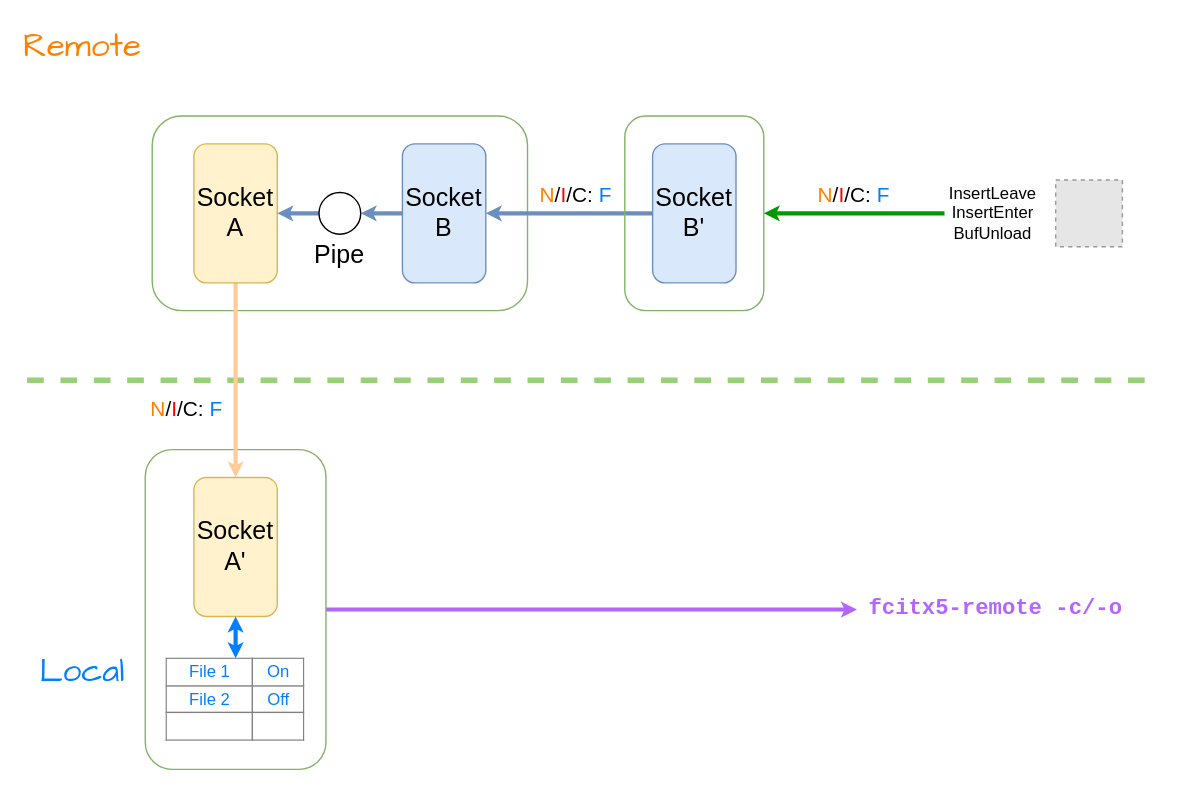
This is remote-fcitx-vim/pipeline-of-remote-fcitx-vim.drawio from zdy023/z-nixtools, a draw.io file, before an edit. Source tidied: cells renumbered, new cells numbered last; positions are measured from the earlier drawing's top-left corner, leaving out a move shared by most shapes. Both pictures are drawn from the tidied source at 139%, with x=0, y=0 at pixel (26, 32). Pictures stored in the file or linked from it are replaced by grey dashed boxes.
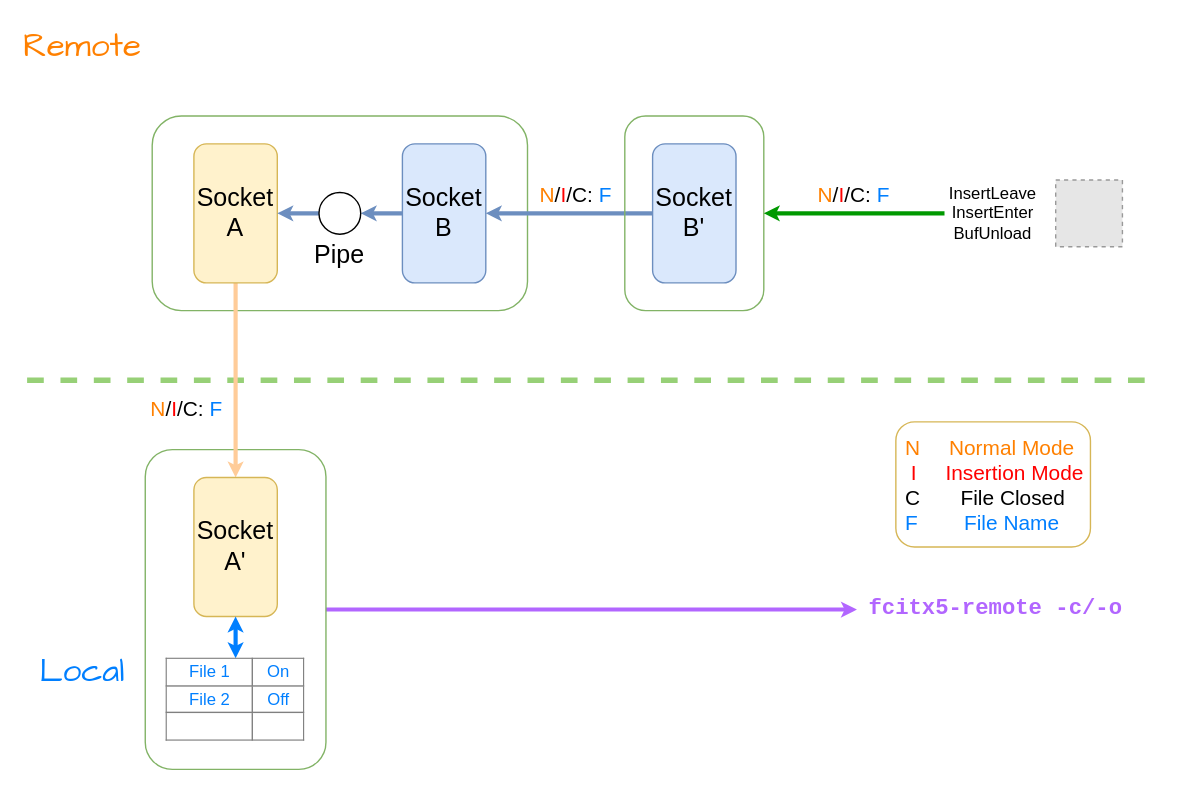
Above is the later version.

Commit message (it also covers changes not shown here):
ver Aug27#6

updated scheme figure

The edit, as a diff of the source:
```diff
@@
+    <mxCell id="28" value="&lt;span style=&quot;font-size: 15px&quot;&gt;&lt;font color=&quot;#ff8000&quot;&gt;N&lt;/font&gt;&amp;nbsp; &amp;nbsp; &amp;nbsp;&lt;font color=&quot;#ff8000&quot;&gt;Normal Mode&lt;/font&gt;&lt;/span&gt;&lt;br style=&quot;font-size: 15px&quot;&gt;&lt;span style=&quot;font-size: 15px&quot;&gt;&lt;font color=&quot;#ff0000&quot;&gt;&amp;nbsp;I&lt;/font&gt;&amp;nbsp; &amp;nbsp; &amp;nbsp;&lt;font color=&quot;#ff0000&quot;&gt;Insertion Mode&lt;/font&gt;&lt;/span&gt;&lt;br style=&quot;font-size: 15px&quot;&gt;&lt;span style=&quot;font-size: 15px&quot;&gt;C&amp;nbsp; &amp;nbsp; &amp;nbsp; &amp;nbsp;File Closed&lt;/span&gt;&lt;br style=&quot;font-size: 15px&quot;&gt;&lt;span style=&quot;font-size: 15px&quot;&gt;&lt;font color=&quot;#007fff&quot;&gt;F&lt;/font&gt;&amp;nbsp; &amp;nbsp; &amp;nbsp; &amp;nbsp;&amp;nbsp;&lt;font color=&quot;#007fff&quot;&gt;File Name&lt;/font&gt;&lt;/span&gt;" style="rounded=1;whiteSpace=wrap;html=1;fontSize=15;strokeColor=#d6b656;fillColor=none;align=left;spacingLeft=5;" parent="1" vertex="1">
+      <mxGeometry x="625" y="280" width="140" height="90" as="geometry" />
+    </mxCell>
```
